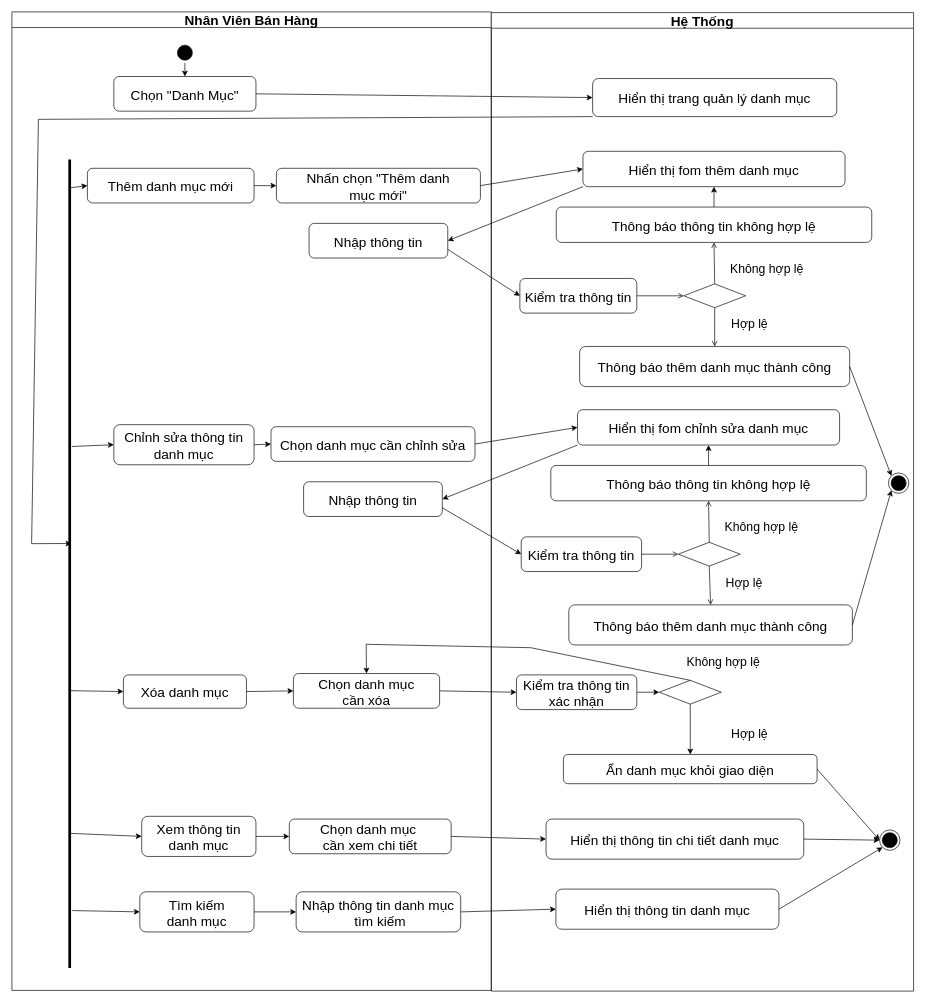
This is page "Quản lý danh mục" (20 of 30) of SODO/HoatDong/hoatdong.drawio from khuevotan/TaiCamRanh_DATN, a draw.io file, before an edit. Source tidied: cells renumbered, new cells numbered last; positions are measured from the earlier drawing's top-left corner, leaving out a move shared by most shapes. Both pictures are drawn from the tidied source at 68%, with x=0, y=0 at pixel (12, 12).
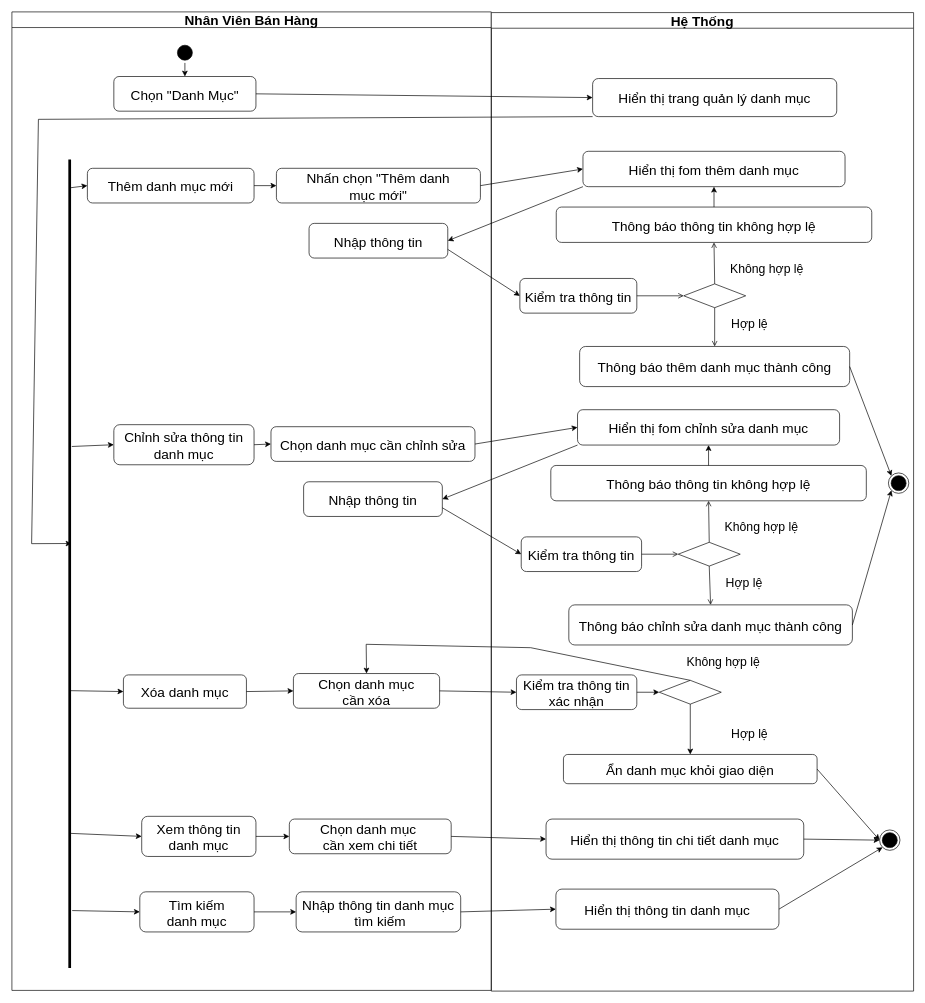
The same page after the edit.

Unchanged cells that the change refers to:
```xml
<mxCell id="26" value="Hệ Thống" style="swimlane;whiteSpace=wrap;strokeColor=#080808;fontSize=20;" parent="1" vertex="1">
  <mxGeometry x="705" y="1" width="621" height="1439" as="geometry" />
</mxCell>
```

Diff of the diagram source:
```diff
@@
-    <mxCell id="51" value="Thông báo thêm danh mục thành công" style="strokeColor=#080808;rounded=1;fontSize=20;" parent="26" vertex="1">
+    <mxCell id="51" value="Thông báo chỉnh sửa danh mục thành công" style="strokeColor=#080808;rounded=1;fontSize=20;" parent="26" vertex="1">
       <mxGeometry x="114" y="871" width="417" height="59" as="geometry" />
     </mxCell>
```
